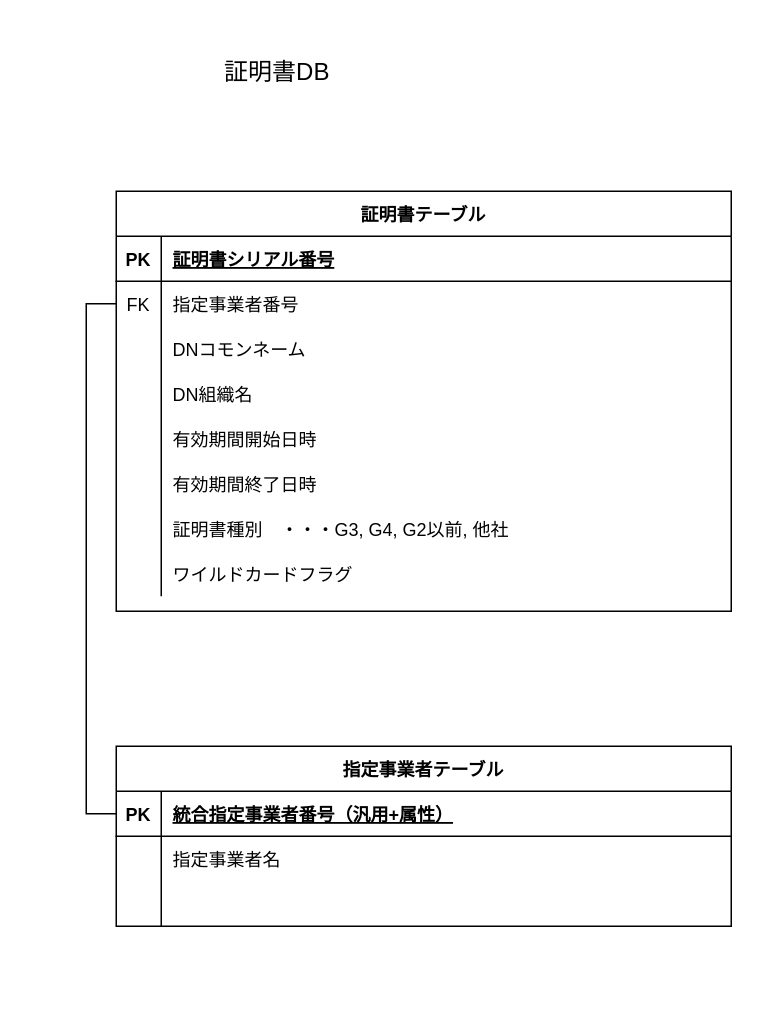
The draw.io diagram page "ER図" (3 of 6) of UMLDiagram.drawio in r-asano/kaihatsubuKenshu, before the edit. Source tidied: cells renumbered, new cells numbered last; positions are measured from the earlier drawing's top-left corner, leaving out a move shared by most shapes. Both pictures are drawn from the tidied source at 150%, with x=0, y=0 at pixel (116, 56).
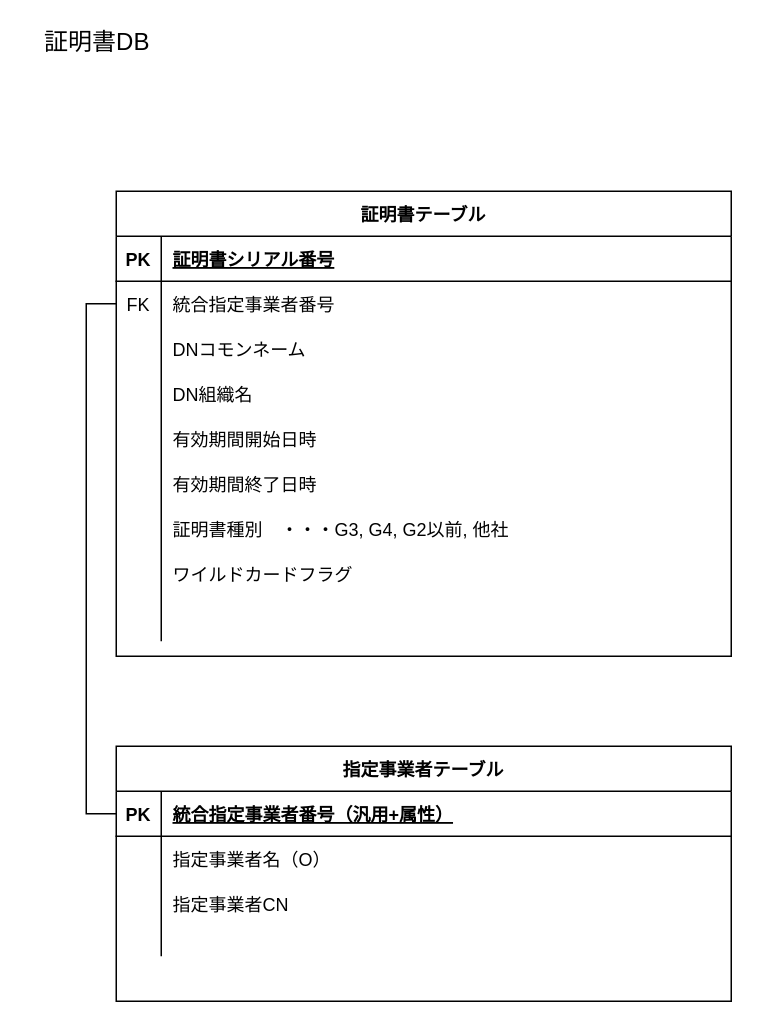
Above is the later version.

The change refers to these unchanged cells:
```xml
<mxCell id="6" style="shape=partialRectangle;fillColor=none;points=[[0,0.5],[1,0.5]];portConstraint=eastwest;top=0;left=0;right=0;bottom=0;" parent="2" vertex="1">
  <mxGeometry y="60" width="410" height="30" as="geometry" />
</mxCell>
<mxCell id="32" style="shape=partialRectangle;fillColor=none;top=0;left=0;right=0;bottom=0;" parent="28" vertex="1">
  <mxGeometry y="60" width="410" height="30" as="geometry" />
</mxCell>
```

What changed in the source:
```diff
@@
     <mxCell id="2" value="証明書テーブル" style="shape=table;startSize=30;childLayout=tableLayout;rowLines=0;fontStyle=1;align=center;" parent="1" vertex="1">
-      <mxGeometry y="90" width="410" height="280" as="geometry" />
+      <mxGeometry y="90" width="410" height="310" as="geometry" />
     </mxCell>
@@
-    <mxCell id="8" value="指定事業者番号" style="shape=partialRectangle;overflow=hidden;fillColor=none;top=0;left=0;bottom=0;right=0;align=left;spacingLeft=6;" parent="6" vertex="1">
+    <mxCell id="8" value="統合指定事業者番号" style="shape=partialRectangle;overflow=hidden;fillColor=none;top=0;left=0;bottom=0;right=0;align=left;spacingLeft=6;" parent="6" vertex="1">
       <mxGeometry x="30" width="380" height="30" as="geometry" />
     </mxCell>
@@
+    <mxCell id="39" style="shape=partialRectangle;fillColor=none;top=0;left=0;right=0;bottom=0;" parent="2" vertex="1">
+      <mxGeometry y="270" width="410" height="30" as="geometry" />
+    </mxCell>
+    <mxCell id="40" style="shape=partialRectangle;overflow=hidden;fillColor=none;top=0;left=0;bottom=0;right=0;" parent="39" vertex="1">
+      <mxGeometry width="30" height="30" as="geometry" />
+    </mxCell>
+    <mxCell id="41" style="shape=partialRectangle;overflow=hidden;fillColor=none;top=0;left=0;bottom=0;right=0;align=left;spacingLeft=6;" parent="39" vertex="1">
+      <mxGeometry x="30" width="380" height="30" as="geometry" />
+    </mxCell>
     <mxCell id="27" value="&lt;font style=&quot;font-size: 16px&quot;&gt;証明書DB&lt;/font&gt;" style="text;html=1;strokeColor=none;fillColor=none;align=center;verticalAlign=middle;whiteSpace=wrap;rounded=0;" parent="1" vertex="1">
-      <mxGeometry x="60" width="95" height="20" as="geometry" />
+      <mxGeometry x="-60" y="-20" width="95" height="20" as="geometry" />
     </mxCell>
     <mxCell id="28" value="指定事業者テーブル" style="shape=table;startSize=30;childLayout=tableLayout;rowLines=0;fontStyle=1;align=center;" parent="1" vertex="1">
-      <mxGeometry y="460" width="410" height="120" as="geometry" />
+      <mxGeometry y="460" width="410" height="170" as="geometry" />
     </mxCell>
@@
-    <mxCell id="34" value="指定事業者名 " style="shape=partialRectangle;overflow=hidden;fillColor=none;top=0;left=0;bottom=0;right=0;align=left;spacingLeft=6;" parent="32" vertex="1">
+    <mxCell id="34" value="指定事業者名（O）" style="shape=partialRectangle;overflow=hidden;fillColor=none;top=0;left=0;bottom=0;right=0;align=left;spacingLeft=6;" parent="32" vertex="1">
       <mxGeometry x="30" width="380" height="30" as="geometry" />
     </mxCell>
+    <mxCell id="42" style="shape=partialRectangle;fillColor=none;top=0;left=0;right=0;bottom=0;" parent="28" vertex="1">
+      <mxGeometry y="90" width="410" height="30" as="geometry" />
+    </mxCell>
+    <mxCell id="43" style="shape=partialRectangle;overflow=hidden;fillColor=none;top=0;left=0;bottom=0;right=0;" parent="42" vertex="1">
+      <mxGeometry width="30" height="30" as="geometry" />
+    </mxCell>
+    <mxCell id="44" value="指定事業者CN" style="shape=partialRectangle;overflow=hidden;fillColor=none;top=0;left=0;bottom=0;right=0;align=left;spacingLeft=6;" parent="42" vertex="1">
+      <mxGeometry x="30" width="380" height="30" as="geometry" />
+    </mxCell>
     <mxCell id="35" style="shape=partialRectangle;fillColor=none;top=0;left=0;right=0;bottom=0;" parent="28" vertex="1">
-      <mxGeometry y="90" width="410" height="30" as="geometry" />
+      <mxGeometry y="120" width="410" height="20" as="geometry" />
     </mxCell>
     <mxCell id="36" style="shape=partialRectangle;overflow=hidden;fillColor=none;top=0;left=0;bottom=0;right=0;" parent="35" vertex="1">
-      <mxGeometry width="30" height="30" as="geometry" />
+      <mxGeometry width="30" height="20" as="geometry" />
     </mxCell>
     <mxCell id="37" style="shape=partialRectangle;overflow=hidden;fillColor=none;top=0;left=0;bottom=0;right=0;align=left;spacingLeft=6;" parent="35" vertex="1">
-      <mxGeometry x="30" width="380" height="30" as="geometry" />
+      <mxGeometry x="30" width="380" height="20" as="geometry" />
     </mxCell>
```
